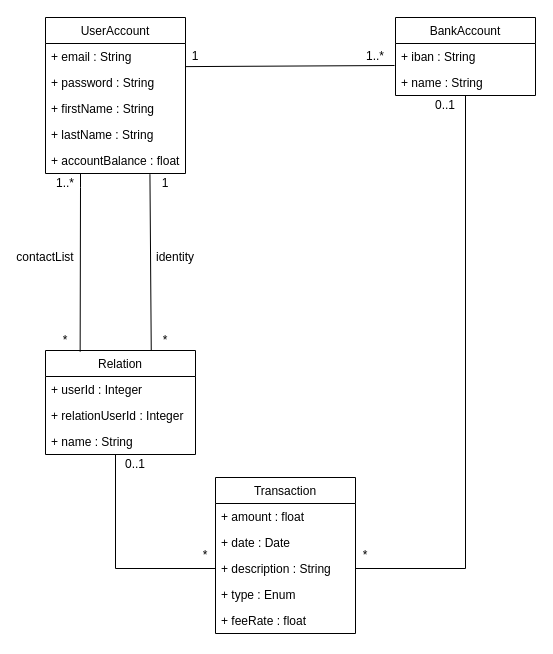
The draw.io diagram page "diagramme_de_classes" (2 of 2) of PayMyBuddy_UML_diagrams.drawio in xhxcx/PayMyBuddy, before the edit. Source tidied: cells renumbered, new cells numbered last; positions are measured from the earlier drawing's top-left corner, leaving out a move shared by most shapes. Both pictures are drawn from the tidied source at 100%, with x=0, y=0 at pixel (25, 17).
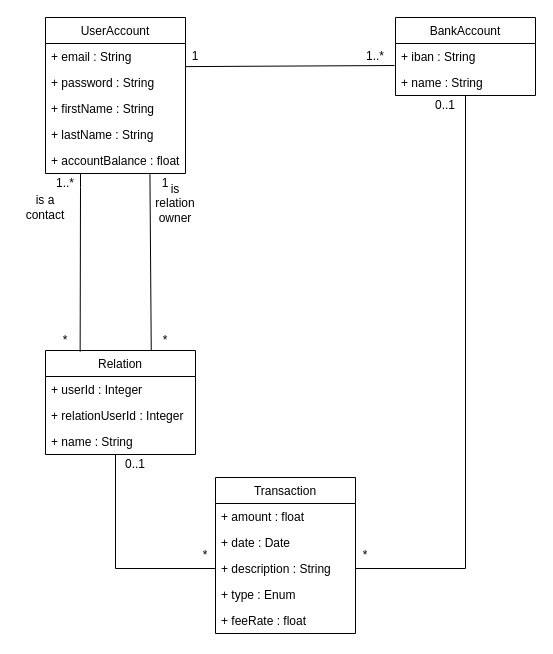
Above is the later version.

Diff of the diagram source:
```diff
@@
-    <mxCell id="25" value="contactList" style="text;html=1;strokeColor=none;fillColor=none;align=center;verticalAlign=middle;whiteSpace=wrap;rounded=0;" parent="1" vertex="1">
-      <mxGeometry y="230" width="40" height="20" as="geometry" />
+    <mxCell id="25" value="is a contact" style="text;html=1;strokeColor=none;fillColor=none;align=center;verticalAlign=middle;whiteSpace=wrap;rounded=0;" parent="1" vertex="1">
+      <mxGeometry y="180" width="40" height="20" as="geometry" />
     </mxCell>
-    <mxCell id="26" value="identity" style="text;html=1;strokeColor=none;fillColor=none;align=center;verticalAlign=middle;whiteSpace=wrap;rounded=0;" parent="1" vertex="1">
-      <mxGeometry x="130" y="230" width="40" height="20" as="geometry" />
+    <mxCell id="26" value="is relation owner" style="text;html=1;strokeColor=none;fillColor=none;align=center;verticalAlign=middle;whiteSpace=wrap;rounded=0;" parent="1" vertex="1">
+      <mxGeometry x="130" y="176" width="40" height="20" as="geometry" />
     </mxCell>
```
